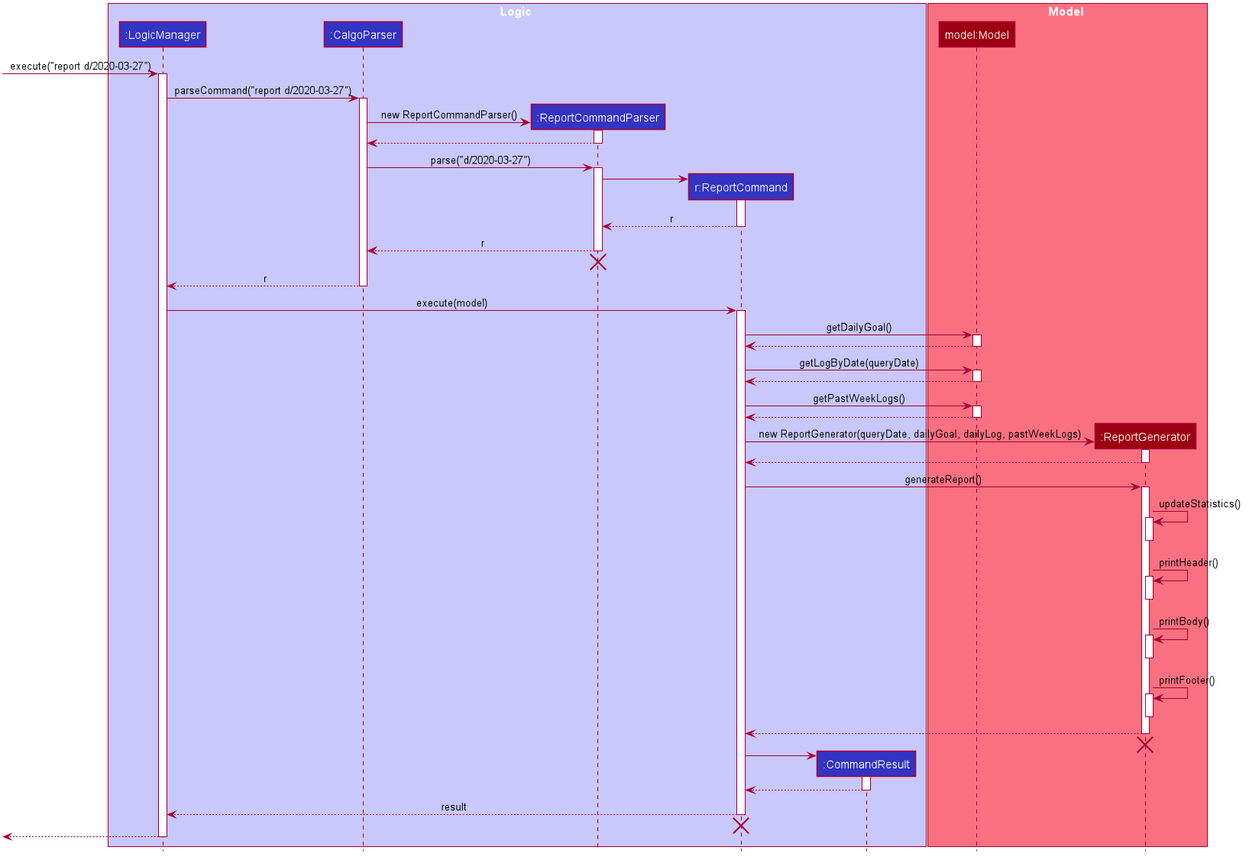
The PlantUML diagram images/ReportFeatureSequenceDiagram.png in AY1920S2-CS2103T-F11-1/main, before a commit.
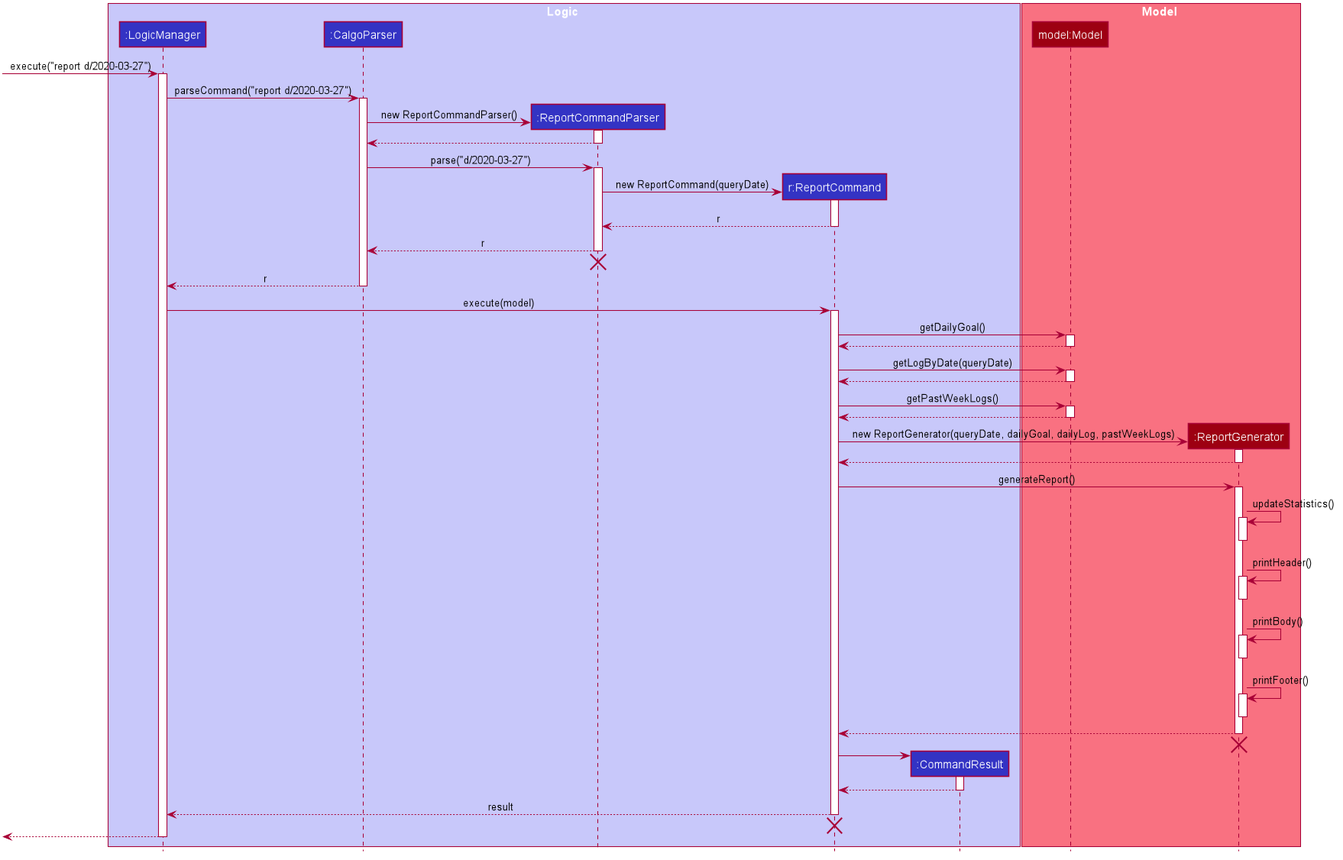
Later version of the same file.

Diff of the diagram source:
```diff
@@ -79,7 +79,7 @@
 activate ReportCommandParser
 
 create ReportCommand
-ReportCommandParser -> ReportCommand
+ReportCommandParser -> ReportCommand : new ReportCommand(queryDate)
 activate ReportCommand
 
 ReportCommand --> ReportCommandParser : r
```
